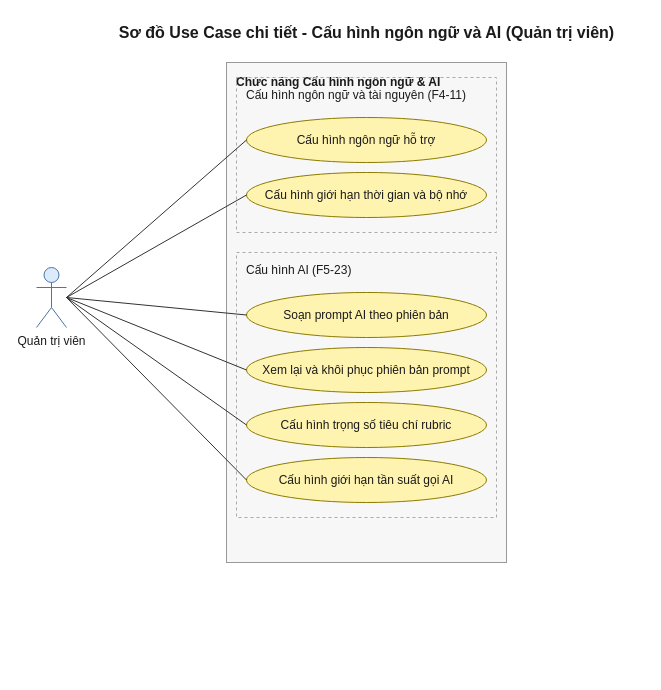
The draw.io diagram 08-diagram/usecase/admin/usecase_admin_cau_hinh_ngon_ngu_ai.drawio in daiphu1801/PRJ_ALGOPREP, before the edit. Source tidied: cells renumbered, new cells numbered last; positions are measured from the earlier drawing's top-left corner, leaving out a move shared by most shapes. Both pictures are drawn from the tidied source at 100%, with x=0, y=0 at pixel (36, 17).
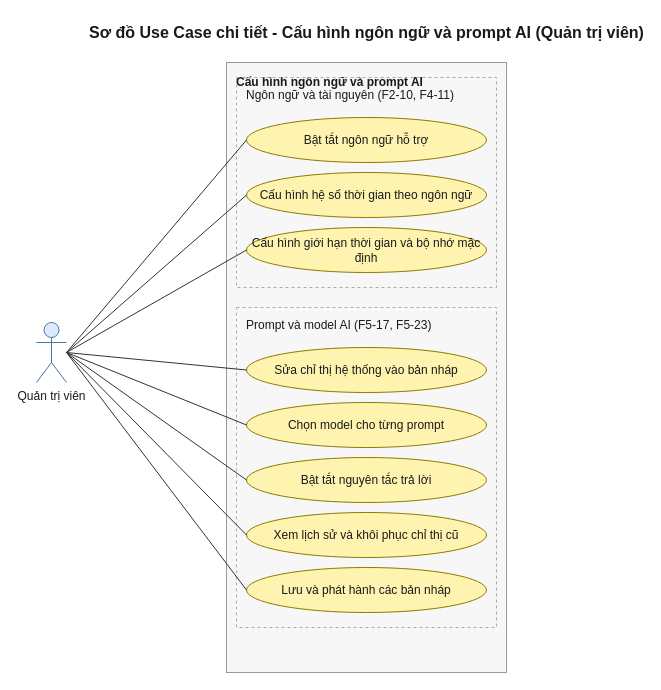
The same page after the edit.

What changed in the source:
```diff
@@
-    <mxCell id="2" value="Chức năng Cấu hình ngôn ngữ &amp;amp; AI" style="rounded=0;whiteSpace=wrap;html=1;fillColor=#F7F7F7;strokeColor=#999999;verticalAlign=top;align=left;spacingLeft=8;spacingTop=6;fontColor=#1A1A1A;fontStyle=1;" parent="1" vertex="1">
-      <mxGeometry x="190" y="45" width="280" height="500" as="geometry" />
+    <mxCell id="2" value="Cấu hình ngôn ngữ và prompt AI" style="rounded=0;whiteSpace=wrap;html=1;fillColor=#F7F7F7;strokeColor=#999999;verticalAlign=top;align=left;spacingLeft=8;spacingTop=6;fontColor=#1A1A1A;fontStyle=1;" parent="1" vertex="1">
+      <mxGeometry x="190" y="45" width="280" height="610" as="geometry" />
     </mxCell>
-    <mxCell id="3" value="Sơ đồ Use Case chi tiết - Cấu hình ngôn ngữ và AI (Quản trị viên)" style="text;html=1;fontSize=16;fontStyle=1;align=center;verticalAlign=middle;fontColor=#1A1A1A;" parent="1" vertex="1">
+    <mxCell id="3" value="Sơ đồ Use Case chi tiết - Cấu hình ngôn ngữ và prompt AI (Quản trị viên)" style="text;html=1;fontSize=16;fontStyle=1;align=center;verticalAlign=middle;fontColor=#1A1A1A;" parent="1" vertex="1">
       <mxGeometry x="190" width="280" height="30" as="geometry" />
     </mxCell>
-    <mxCell id="4" value="Cấu hình ngôn ngữ và tài nguyên (F4-11)" style="rounded=0;dashed=1;whiteSpace=wrap;html=1;fillColor=none;strokeColor=#AAAAAA;verticalAlign=top;align=left;spacingLeft=8;spacingTop=4;fontColor=#1A1A1A;" parent="1" vertex="1">
-      <mxGeometry x="200" y="60" width="260" height="155" as="geometry" />
+    <mxCell id="4" value="Ngôn ngữ và tài nguyên (F2-10, F4-11)" style="rounded=0;dashed=1;whiteSpace=wrap;html=1;fillColor=none;strokeColor=#AAAAAA;verticalAlign=top;align=left;spacingLeft=8;spacingTop=4;fontColor=#1A1A1A;" parent="1" vertex="1">
+      <mxGeometry x="200" y="60" width="260" height="210" as="geometry" />
     </mxCell>
-    <mxCell id="5" value="Cấu hình ngôn ngữ hỗ trợ" style="ellipse;whiteSpace=wrap;html=1;fillColor=#FFF3B0;strokeColor=#8C7B00;fontColor=#1A1A1A;" parent="1" vertex="1">
+    <mxCell id="5" value="Bật tắt ngôn ngữ hỗ trợ" style="ellipse;whiteSpace=wrap;html=1;fillColor=#FFF3B0;strokeColor=#8C7B00;fontColor=#1A1A1A;" parent="1" vertex="1">
       <mxGeometry x="210" y="100" width="240" height="45" as="geometry" />
     </mxCell>
-    <mxCell id="6" value="Cấu hình giới hạn thời gian và bộ nhớ" style="ellipse;whiteSpace=wrap;html=1;fillColor=#FFF3B0;strokeColor=#8C7B00;fontColor=#1A1A1A;" parent="1" vertex="1">
+    <mxCell id="6" value="Cấu hình hệ số thời gian theo ngôn ngữ" style="ellipse;whiteSpace=wrap;html=1;fillColor=#FFF3B0;strokeColor=#8C7B00;fontColor=#1A1A1A;" parent="1" vertex="1">
       <mxGeometry x="210" y="155" width="240" height="45" as="geometry" />
     </mxCell>
-    <mxCell id="7" value="Cấu hình AI (F5-23)" style="rounded=0;dashed=1;whiteSpace=wrap;html=1;fillColor=none;strokeColor=#AAAAAA;verticalAlign=top;align=left;spacingLeft=8;spacingTop=4;fontColor=#1A1A1A;" parent="1" vertex="1">
-      <mxGeometry x="200" y="235" width="260" height="265" as="geometry" />
+    <mxCell id="7" value="Cấu hình giới hạn thời gian và bộ nhớ mặc định" style="ellipse;whiteSpace=wrap;html=1;fillColor=#FFF3B0;strokeColor=#8C7B00;fontColor=#1A1A1A;" parent="1" vertex="1">
+      <mxGeometry x="210" y="210" width="240" height="45" as="geometry" />
     </mxCell>
-    <mxCell id="8" value="Soạn prompt AI theo phiên bản" style="ellipse;whiteSpace=wrap;html=1;fillColor=#FFF3B0;strokeColor=#8C7B00;fontColor=#1A1A1A;" parent="1" vertex="1">
-      <mxGeometry x="210" y="275" width="240" height="45" as="geometry" />
+    <mxCell id="8" value="Prompt và model AI (F5-17, F5-23)" style="rounded=0;dashed=1;whiteSpace=wrap;html=1;fillColor=none;strokeColor=#AAAAAA;verticalAlign=top;align=left;spacingLeft=8;spacingTop=4;fontColor=#1A1A1A;" parent="1" vertex="1">
+      <mxGeometry x="200" y="290" width="260" height="320" as="geometry" />
     </mxCell>
-    <mxCell id="9" value="Xem lại và khôi phục phiên bản prompt" style="ellipse;whiteSpace=wrap;html=1;fillColor=#FFF3B0;strokeColor=#8C7B00;fontColor=#1A1A1A;" parent="1" vertex="1">
+    <mxCell id="9" value="Sửa chỉ thị hệ thống vào bản nháp" style="ellipse;whiteSpace=wrap;html=1;fillColor=#FFF3B0;strokeColor=#8C7B00;fontColor=#1A1A1A;" parent="1" vertex="1">
       <mxGeometry x="210" y="330" width="240" height="45" as="geometry" />
     </mxCell>
-    <mxCell id="10" value="Cấu hình trọng số tiêu chí rubric" style="ellipse;whiteSpace=wrap;html=1;fillColor=#FFF3B0;strokeColor=#8C7B00;fontColor=#1A1A1A;" parent="1" vertex="1">
+    <mxCell id="10" value="Chọn model cho từng prompt" style="ellipse;whiteSpace=wrap;html=1;fillColor=#FFF3B0;strokeColor=#8C7B00;fontColor=#1A1A1A;" parent="1" vertex="1">
       <mxGeometry x="210" y="385" width="240" height="45" as="geometry" />
     </mxCell>
-    <mxCell id="11" value="Cấu hình giới hạn tần suất gọi AI" style="ellipse;whiteSpace=wrap;html=1;fillColor=#FFF3B0;strokeColor=#8C7B00;fontColor=#1A1A1A;" parent="1" vertex="1">
+    <mxCell id="11" value="Bật tắt nguyên tắc trả lời" style="ellipse;whiteSpace=wrap;html=1;fillColor=#FFF3B0;strokeColor=#8C7B00;fontColor=#1A1A1A;" parent="1" vertex="1">
       <mxGeometry x="210" y="440" width="240" height="45" as="geometry" />
     </mxCell>
-    <mxCell id="12" value="Quản trị viên" style="shape=umlActor;verticalLabelPosition=bottom;verticalAlign=top;html=1;outlineConnect=0;fillColor=#DCEBFC;strokeColor=#4A76A8;fontColor=#1A1A1A;" parent="1" vertex="1">
-      <mxGeometry y="250" width="30" height="60" as="geometry" />
+    <mxCell id="12" value="Xem lịch sử và khôi phục chỉ thị cũ" style="ellipse;whiteSpace=wrap;html=1;fillColor=#FFF3B0;strokeColor=#8C7B00;fontColor=#1A1A1A;" parent="1" vertex="1">
+      <mxGeometry x="210" y="495" width="240" height="45" as="geometry" />
     </mxCell>
-    <mxCell id="13" style="edgeStyle=none;html=1;endArrow=none;startArrow=none;strokeColor=#333333;exitX=1;exitY=0.5;exitDx=0;exitDy=0;entryX=0;entryY=0.5;entryDx=0;entryDy=0;" parent="1" edge="1" source="12" target="5">
-      <mxGeometry relative="1" as="geometry" />
-    </mxCell>
-    <mxCell id="14" style="edgeStyle=none;html=1;endArrow=none;startArrow=none;strokeColor=#333333;exitX=1;exitY=0.5;exitDx=0;exitDy=0;entryX=0;entryY=0.5;entryDx=0;entryDy=0;" parent="1" edge="1" source="12" target="6">
-      <mxGeometry relative="1" as="geometry" />
-    </mxCell>
+    <mxCell id="19" value="Lưu và phát hành các bản nháp" style="ellipse;whiteSpace=wrap;html=1;fillColor=#FFF3B0;strokeColor=#8C7B00;fontColor=#1A1A1A;" parent="1" vertex="1">
+      <mxGeometry x="210" y="550" width="240" height="45" as="geometry" />
+    </mxCell>
+    <mxCell id="20" value="Quản trị viên" style="shape=umlActor;verticalLabelPosition=bottom;verticalAlign=top;html=1;outlineConnect=0;fillColor=#DCEBFC;strokeColor=#4A76A8;fontColor=#1A1A1A;" parent="1" vertex="1">
+      <mxGeometry y="305" width="30" height="60" as="geometry" />
+    </mxCell>
-    <mxCell id="15" style="edgeStyle=none;html=1;endArrow=none;startArrow=none;strokeColor=#333333;exitX=1;exitY=0.5;exitDx=0;exitDy=0;entryX=0;entryY=0.5;entryDx=0;entryDy=0;" parent="1" edge="1" source="12" target="8">
+    <mxCell id="15" style="edgeStyle=none;html=1;endArrow=none;startArrow=none;strokeColor=#333333;exitX=1;exitY=0.5;exitDx=0;exitDy=0;entryX=0;entryY=0.5;entryDx=0;entryDy=0;" parent="1" edge="1" source="20" target="5">
       <mxGeometry relative="1" as="geometry" />
     </mxCell>
-    <mxCell id="16" style="edgeStyle=none;html=1;endArrow=none;startArrow=none;strokeColor=#333333;exitX=1;exitY=0.5;exitDx=0;exitDy=0;entryX=0;entryY=0.5;entryDx=0;entryDy=0;" parent="1" edge="1" source="12" target="9">
+    <mxCell id="16" style="edgeStyle=none;html=1;endArrow=none;startArrow=none;strokeColor=#333333;exitX=1;exitY=0.5;exitDx=0;exitDy=0;entryX=0;entryY=0.5;entryDx=0;entryDy=0;" parent="1" edge="1" source="20" target="6">
       <mxGeometry relative="1" as="geometry" />
     </mxCell>
-    <mxCell id="17" style="edgeStyle=none;html=1;endArrow=none;startArrow=none;strokeColor=#333333;exitX=1;exitY=0.5;exitDx=0;exitDy=0;entryX=0;entryY=0.5;entryDx=0;entryDy=0;" parent="1" edge="1" source="12" target="10">
+    <mxCell id="17" style="edgeStyle=none;html=1;endArrow=none;startArrow=none;strokeColor=#333333;exitX=1;exitY=0.5;exitDx=0;exitDy=0;entryX=0;entryY=0.5;entryDx=0;entryDy=0;" parent="1" edge="1" source="20" target="7">
       <mxGeometry relative="1" as="geometry" />
     </mxCell>
-    <mxCell id="18" style="edgeStyle=none;html=1;endArrow=none;startArrow=none;strokeColor=#333333;exitX=1;exitY=0.5;exitDx=0;exitDy=0;entryX=0;entryY=0.5;entryDx=0;entryDy=0;" parent="1" edge="1" source="12" target="11">
+    <mxCell id="18" style="edgeStyle=none;html=1;endArrow=none;startArrow=none;strokeColor=#333333;exitX=1;exitY=0.5;exitDx=0;exitDy=0;entryX=0;entryY=0.5;entryDx=0;entryDy=0;" parent="1" edge="1" source="20" target="9">
       <mxGeometry relative="1" as="geometry" />
     </mxCell>
+    <mxCell id="21" style="edgeStyle=none;html=1;endArrow=none;startArrow=none;strokeColor=#333333;exitX=1;exitY=0.5;exitDx=0;exitDy=0;entryX=0;entryY=0.5;entryDx=0;entryDy=0;" parent="1" edge="1" source="20" target="10">
+      <mxGeometry relative="1" as="geometry" />
+    </mxCell>
+    <mxCell id="22" style="edgeStyle=none;html=1;endArrow=none;startArrow=none;strokeColor=#333333;exitX=1;exitY=0.5;exitDx=0;exitDy=0;entryX=0;entryY=0.5;entryDx=0;entryDy=0;" parent="1" edge="1" source="20" target="11">
+      <mxGeometry relative="1" as="geometry" />
+    </mxCell>
+    <mxCell id="23" style="edgeStyle=none;html=1;endArrow=none;startArrow=none;strokeColor=#333333;exitX=1;exitY=0.5;exitDx=0;exitDy=0;entryX=0;entryY=0.5;entryDx=0;entryDy=0;" parent="1" edge="1" source="20" target="12">
+      <mxGeometry relative="1" as="geometry" />
+    </mxCell>
+    <mxCell id="24" style="edgeStyle=none;html=1;endArrow=none;startArrow=none;strokeColor=#333333;exitX=1;exitY=0.5;exitDx=0;exitDy=0;entryX=0;entryY=0.5;entryDx=0;entryDy=0;" parent="1" edge="1" source="20" target="19">
+      <mxGeometry relative="1" as="geometry" />
+    </mxCell>
```
